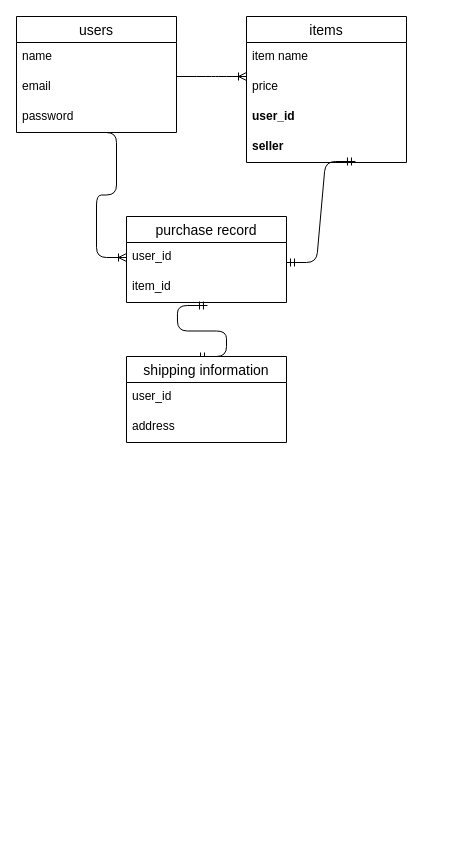
Before: test.dio in azusa-sakai/furima-39568, a draw.io diagram. Source tidied: cells renumbered, new cells numbered last; positions are measured from the earlier drawing's top-left corner, leaving out a move shared by most shapes. Both pictures are drawn from the tidied source at 100%, with x=0, y=0 at pixel (16, 16).
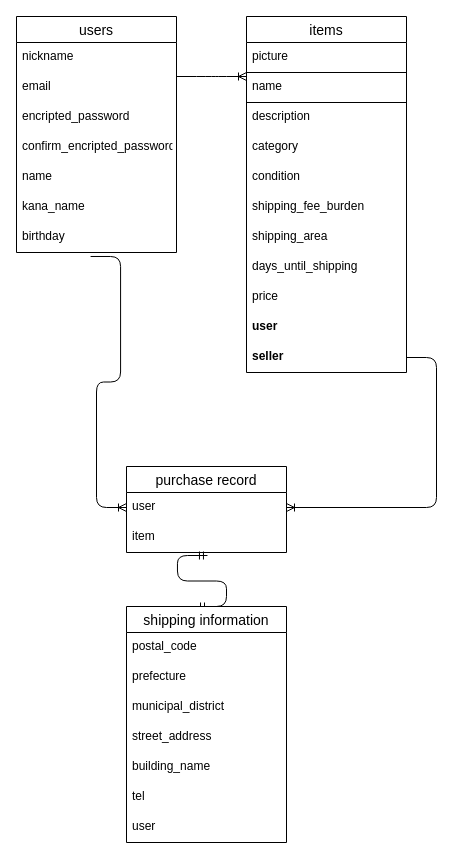
The same diagram, later.

Diff of the diagram source:
```diff
@@
     <mxCell id="2" value="users" style="swimlane;fontStyle=0;horizontal=1;startSize=26;align=center;fontSize=14;" parent="1" vertex="1">
-      <mxGeometry width="160" height="116" as="geometry" />
+      <mxGeometry width="160" height="236" as="geometry" />
     </mxCell>
+    <mxCell id="21" value="nickname" style="text;strokeColor=none;fillColor=none;spacingLeft=4;spacingRight=4;overflow=hidden;fontSize=12;" parent="2" vertex="1">
+      <mxGeometry y="26" width="160" height="30" as="geometry" />
+    </mxCell>
+    <mxCell id="4" value="email" style="text;strokeColor=none;fillColor=none;spacingLeft=4;spacingRight=4;overflow=hidden;fontSize=12;" parent="2" vertex="1">
+      <mxGeometry y="56" width="160" height="30" as="geometry" />
+    </mxCell>
+    <mxCell id="22" value="encripted_password" style="text;strokeColor=none;fillColor=none;spacingLeft=4;spacingRight=4;overflow=hidden;fontSize=12;" parent="2" vertex="1">
+      <mxGeometry y="86" width="160" height="30" as="geometry" />
+    </mxCell>
+    <mxCell id="5" value="confirm_encripted_password" style="text;strokeColor=none;fillColor=none;spacingLeft=4;spacingRight=4;overflow=hidden;fontSize=12;" parent="2" vertex="1">
+      <mxGeometry y="116" width="160" height="30" as="geometry" />
+    </mxCell>
     <mxCell id="3" value="name    " style="text;strokeColor=none;fillColor=none;spacingLeft=4;spacingRight=4;overflow=hidden;fontSize=12;" parent="2" vertex="1">
-      <mxGeometry y="26" width="160" height="30" as="geometry" />
+      <mxGeometry y="146" width="160" height="30" as="geometry" />
     </mxCell>
-    <mxCell id="4" value="email" style="text;strokeColor=none;fillColor=none;spacingLeft=4;spacingRight=4;overflow=hidden;fontSize=12;" parent="2" vertex="1">
-      <mxGeometry y="56" width="160" height="30" as="geometry" />
-    </mxCell>
-    <mxCell id="5" value="password" style="text;strokeColor=none;fillColor=none;spacingLeft=4;spacingRight=4;overflow=hidden;fontSize=12;" parent="2" vertex="1">
-      <mxGeometry y="86" width="160" height="30" as="geometry" />
-    </mxCell>
-    <mxCell id="6" style="edgeStyle=entityRelationEdgeStyle;fontSize=12;html=1;endArrow=ERoneToMany;entryX=0;entryY=0.5;entryDx=0;entryDy=0;" parent="2" edge="1" target="13">
-      <mxGeometry relative="1" as="geometry">
-        <mxPoint x="70" y="116" as="sourcePoint" />
-      </mxGeometry>
-    </mxCell>
+    <mxCell id="23" value="kana_name" style="text;strokeColor=none;fillColor=none;spacingLeft=4;spacingRight=4;overflow=hidden;fontSize=12;" parent="2" vertex="1">
+      <mxGeometry y="176" width="160" height="30" as="geometry" />
+    </mxCell>
+    <mxCell id="24" value="birthday" style="text;strokeColor=none;fillColor=none;spacingLeft=4;spacingRight=4;overflow=hidden;points=[[0,0.5],[1,0.5]];portConstraint=eastwest;fontSize=12;" parent="2" vertex="1">
+      <mxGeometry y="206" width="160" height="30" as="geometry" />
+    </mxCell>
     <mxCell id="7" value="items" style="swimlane;fontStyle=0;horizontal=1;startSize=26;align=center;fontSize=14;" parent="1" vertex="1">
-      <mxGeometry x="230" width="160" height="146" as="geometry" />
+      <mxGeometry x="230" width="160" height="356" as="geometry" />
     </mxCell>
+    <mxCell id="25" value="picture" style="text;strokeColor=none;fillColor=none;spacingLeft=4;spacingRight=4;overflow=hidden;fontSize=12;" parent="7" vertex="1">
+      <mxGeometry y="26" width="160" height="30" as="geometry" />
+    </mxCell>
-    <mxCell id="8" value="item name" style="text;strokeColor=none;fillColor=none;spacingLeft=4;spacingRight=4;overflow=hidden;fontSize=12;" parent="7" vertex="1">
-      <mxGeometry y="26" width="160" height="30" as="geometry" />
+    <mxCell id="8" value="name" style="text;strokeColor=default;fillColor=none;spacingLeft=4;spacingRight=4;overflow=hidden;fontSize=12;" parent="7" vertex="1">
+      <mxGeometry y="56" width="160" height="30" as="geometry" />
     </mxCell>
+    <mxCell id="26" value="description" style="text;strokeColor=none;fillColor=none;spacingLeft=4;spacingRight=4;overflow=hidden;fontSize=12;" parent="7" vertex="1">
+      <mxGeometry y="86" width="160" height="30" as="geometry" />
+    </mxCell>
+    <mxCell id="27" value="category" style="text;strokeColor=none;fillColor=none;spacingLeft=4;spacingRight=4;overflow=hidden;fontSize=12;" parent="7" vertex="1">
+      <mxGeometry y="116" width="160" height="30" as="geometry" />
+    </mxCell>
+    <mxCell id="28" value="condition" style="text;strokeColor=none;fillColor=none;spacingLeft=4;spacingRight=4;overflow=hidden;fontSize=12;" parent="7" vertex="1">
+      <mxGeometry y="146" width="160" height="30" as="geometry" />
+    </mxCell>
+    <mxCell id="29" value="shipping_fee_burden" style="text;strokeColor=none;fillColor=none;spacingLeft=4;spacingRight=4;overflow=hidden;fontSize=12;" parent="7" vertex="1">
+      <mxGeometry y="176" width="160" height="30" as="geometry" />
+    </mxCell>
+    <mxCell id="30" value="shipping_area" style="text;strokeColor=none;fillColor=none;spacingLeft=4;spacingRight=4;overflow=hidden;fontSize=12;" parent="7" vertex="1">
+      <mxGeometry y="206" width="160" height="30" as="geometry" />
+    </mxCell>
+    <mxCell id="31" value="days_until_shipping" style="text;strokeColor=none;fillColor=none;spacingLeft=4;spacingRight=4;overflow=hidden;fontSize=12;" parent="7" vertex="1">
+      <mxGeometry y="236" width="160" height="30" as="geometry" />
+    </mxCell>
     <mxCell id="9" value="price&#10;" style="text;strokeColor=none;fillColor=none;spacingLeft=4;spacingRight=4;overflow=hidden;fontSize=12;" parent="7" vertex="1">
-      <mxGeometry y="56" width="160" height="30" as="geometry" />
+      <mxGeometry y="266" width="160" height="30" as="geometry" />
     </mxCell>
-    <mxCell id="10" value="user_id&#10;" style="text;strokeColor=none;fillColor=none;spacingLeft=4;spacingRight=4;overflow=hidden;fontSize=12;fontStyle=1;" parent="7" vertex="1">
-      <mxGeometry y="86" width="160" height="30" as="geometry" />
+    <mxCell id="10" value="user&#10;&#10;" style="text;strokeColor=none;fillColor=none;spacingLeft=4;spacingRight=4;overflow=hidden;fontSize=12;fontStyle=1;" parent="7" vertex="1">
+      <mxGeometry y="296" width="160" height="30" as="geometry" />
     </mxCell>
     <mxCell id="11" value="seller" style="text;strokeColor=none;fillColor=none;spacingLeft=4;spacingRight=4;overflow=hidden;points=[[0,0.5],[1,0.5]];portConstraint=eastwest;fontSize=12;fontStyle=1;" parent="7" vertex="1">
-      <mxGeometry y="116" width="160" height="30" as="geometry" />
+      <mxGeometry y="326" width="160" height="30" as="geometry" />
     </mxCell>
     <mxCell id="12" value="purchase record" style="swimlane;fontStyle=0;horizontal=1;startSize=26;align=center;fontSize=14;" parent="1" vertex="1">
-      <mxGeometry x="110" y="200" width="160" height="86" as="geometry" />
+      <mxGeometry x="110" y="450" width="160" height="86" as="geometry" />
     </mxCell>
-    <mxCell id="13" value="user_id" style="text;strokeColor=none;fillColor=none;spacingLeft=4;spacingRight=4;overflow=hidden;points=[[0,0.5],[1,0.5]];portConstraint=eastwest;fontSize=12;" parent="12" vertex="1">
+    <mxCell id="13" value="user" style="text;strokeColor=none;fillColor=none;spacingLeft=4;spacingRight=4;overflow=hidden;points=[[0,0.5],[1,0.5]];portConstraint=eastwest;fontSize=12;" parent="12" vertex="1">
       <mxGeometry y="26" width="160" height="30" as="geometry" />
     </mxCell>
@@
-    <mxCell id="15" value="item_id" style="text;strokeColor=none;fillColor=none;spacingLeft=4;spacingRight=4;overflow=hidden;points=[[0,0.5],[1,0.5]];portConstraint=eastwest;fontSize=12;" parent="12" vertex="1">
+    <mxCell id="15" value="item" style="text;strokeColor=none;fillColor=none;spacingLeft=4;spacingRight=4;overflow=hidden;points=[[0,0.5],[1,0.5]];portConstraint=eastwest;fontSize=12;" parent="12" vertex="1">
       <mxGeometry y="56" width="160" height="30" as="geometry" />
     </mxCell>
     <mxCell id="16" value="shipping information" style="swimlane;fontStyle=0;horizontal=1;startSize=26;align=center;fontSize=14;" parent="1" vertex="1">
-      <mxGeometry x="110" y="340" width="160" height="86" as="geometry" />
+      <mxGeometry x="110" y="590" width="160" height="236" as="geometry" />
     </mxCell>
+    <mxCell id="32" value="postal_code" style="text;strokeColor=none;fillColor=none;spacingLeft=4;spacingRight=4;overflow=hidden;fontSize=12;" parent="16" vertex="1">
+      <mxGeometry y="26" width="160" height="30" as="geometry" />
+    </mxCell>
+    <mxCell id="33" value="prefecture" style="text;strokeColor=none;fillColor=none;spacingLeft=4;spacingRight=4;overflow=hidden;fontSize=12;" parent="16" vertex="1">
+      <mxGeometry y="56" width="160" height="30" as="geometry" />
+    </mxCell>
+    <mxCell id="34" value="municipal_district" style="text;strokeColor=none;fillColor=none;spacingLeft=4;spacingRight=4;overflow=hidden;fontSize=12;" parent="16" vertex="1">
+      <mxGeometry y="86" width="160" height="30" as="geometry" />
+    </mxCell>
+    <mxCell id="35" value="street_address" style="text;strokeColor=none;fillColor=none;spacingLeft=4;spacingRight=4;overflow=hidden;fontSize=12;" parent="16" vertex="1">
+      <mxGeometry y="116" width="160" height="30" as="geometry" />
+    </mxCell>
+    <mxCell id="36" value="building_name" style="text;strokeColor=none;fillColor=none;spacingLeft=4;spacingRight=4;overflow=hidden;fontSize=12;" parent="16" vertex="1">
+      <mxGeometry y="146" width="160" height="30" as="geometry" />
+    </mxCell>
+    <mxCell id="37" value="tel" style="text;strokeColor=none;fillColor=none;spacingLeft=4;spacingRight=4;overflow=hidden;fontSize=12;" parent="16" vertex="1">
+      <mxGeometry y="176" width="160" height="30" as="geometry" />
+    </mxCell>
-    <mxCell id="17" value="user_id&#10;" style="text;strokeColor=none;fillColor=none;spacingLeft=4;spacingRight=4;overflow=hidden;fontSize=12;" parent="16" vertex="1">
-      <mxGeometry y="26" width="160" height="30" as="geometry" />
+    <mxCell id="17" value="user&#10;" style="text;strokeColor=none;fillColor=none;spacingLeft=4;spacingRight=4;overflow=hidden;fontSize=12;" parent="16" vertex="1">
+      <mxGeometry y="206" width="160" height="30" as="geometry" />
     </mxCell>
-    <mxCell id="18" value="address" style="text;strokeColor=none;fillColor=none;spacingLeft=4;spacingRight=4;overflow=hidden;fontSize=12;" parent="16" vertex="1">
-      <mxGeometry y="56" width="160" height="30" as="geometry" />
-    </mxCell>
@@
-    <mxCell id="20" style="edgeStyle=entityRelationEdgeStyle;fontSize=12;html=1;endArrow=ERmandOne;startArrow=ERmandOne;entryX=0.681;entryY=0.967;entryDx=0;entryDy=0;entryPerimeter=0;" parent="1" edge="1" target="11">
-      <mxGeometry relative="1" as="geometry">
-        <mxPoint x="270" y="246" as="sourcePoint" />
-      </mxGeometry>
-    </mxCell>
+    <mxCell id="6" style="edgeStyle=entityRelationEdgeStyle;fontSize=12;html=1;endArrow=ERoneToMany;entryX=0;entryY=0.5;entryDx=0;entryDy=0;exitX=0.463;exitY=1.133;exitDx=0;exitDy=0;exitPerimeter=0;" parent="1" edge="1" source="24" target="13">
+      <mxGeometry relative="1" as="geometry" />
+    </mxCell>
+    <mxCell id="38" style="edgeStyle=entityRelationEdgeStyle;fontSize=12;html=1;endArrow=ERoneToMany;entryX=1;entryY=0.5;entryDx=0;entryDy=0;" parent="1" edge="1" source="11" target="13">
+      <mxGeometry relative="1" as="geometry" />
+    </mxCell>
```
